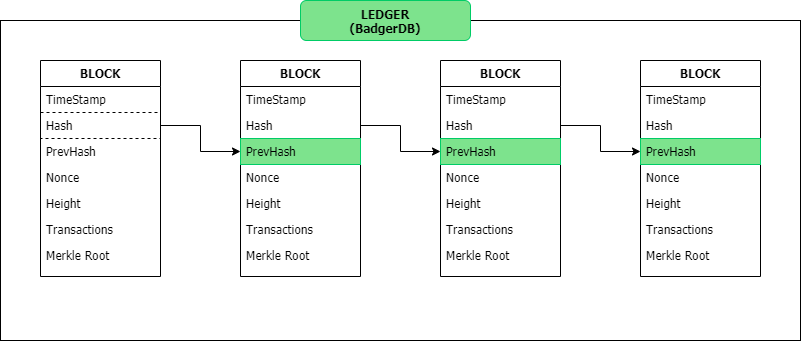
This is public/blocks.png from TheDhejavu/the-crypto-project, a draw.io export, as it was before one commit. Source tidied: cells renumbered, new cells last; positions are measured from the earlier drawing's top-left corner, leaving out a move shared by most shapes.
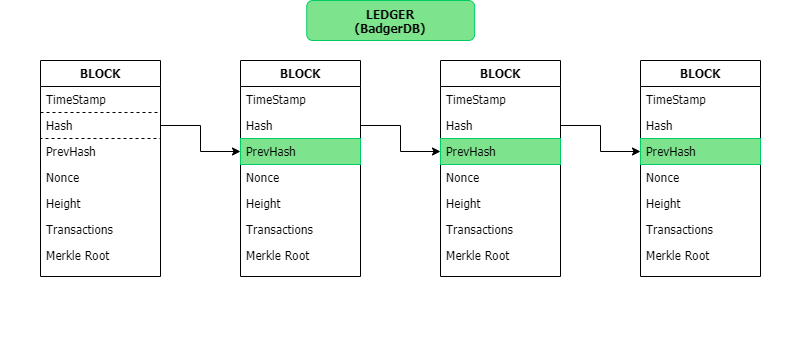
The same diagram one commit later.

Commit message:
add flow diagram to readme

Change to the diagram source:
```diff
@@ -2,17 +2,17 @@
   <root>
     <mxCell id="0" />
     <mxCell id="1" parent="0" />
-    <mxCell id="2" style="group;" parent="1" vertex="1">
+    <mxCell id="2" style="group;dashed=1;dashPattern=1 1;strokeColor=#fff;" parent="1" vertex="1">
       <mxGeometry width="800" height="340" as="geometry" />
     </mxCell>
-    <mxCell id="3" style="group;" parent="2" vertex="1">
-      <mxGeometry width="800" height="340" as="geometry" />
+    <mxCell id="3" style="group;strokeColor=#FFFFFF;strokeWidth=1;" parent="2" vertex="1">
+      <mxGeometry x="10" width="790" height="340" as="geometry" />
     </mxCell>
-    <mxCell id="4" style="rounded=0;whiteSpace=wrap;html=1;strokeColor=#000000;fillColor=none;gradientColor=#ffffff;fontFamily=Tahoma;fontColor=none;" parent="3" vertex="1">
-      <mxGeometry y="20" width="800" height="320" as="geometry" />
+    <mxCell id="4" style="rounded=0;whiteSpace=wrap;html=1;fillColor=none;gradientColor=#ffffff;fontFamily=Tahoma;fontColor=none;strokeWidth=1;strokeColor=#FFFFFF;" parent="3" vertex="1">
+      <mxGeometry y="20" width="790" height="320" as="geometry" />
     </mxCell>
     <mxCell id="5" value="&lt;b&gt;LEDGER&lt;br&gt;(BadgerDB)&lt;br&gt;&lt;/b&gt;" style="rounded=1;whiteSpace=wrap;html=1;fontFamily=Tahoma;fillColor=#7DE38D;strokeColor=#00CC66;" parent="3" vertex="1">
-      <mxGeometry x="300" width="170" height="40" as="geometry" />
+      <mxGeometry x="296.2" width="167.9" height="40" as="geometry" />
     </mxCell>
     <mxCell id="6" value="BLOCK" style="swimlane;fontStyle=1;horizontal=1;startSize=26;fontFamily=Tahoma;" parent="2" vertex="1">
       <mxGeometry x="40" y="60" width="120" height="216" as="geometry" />
```
